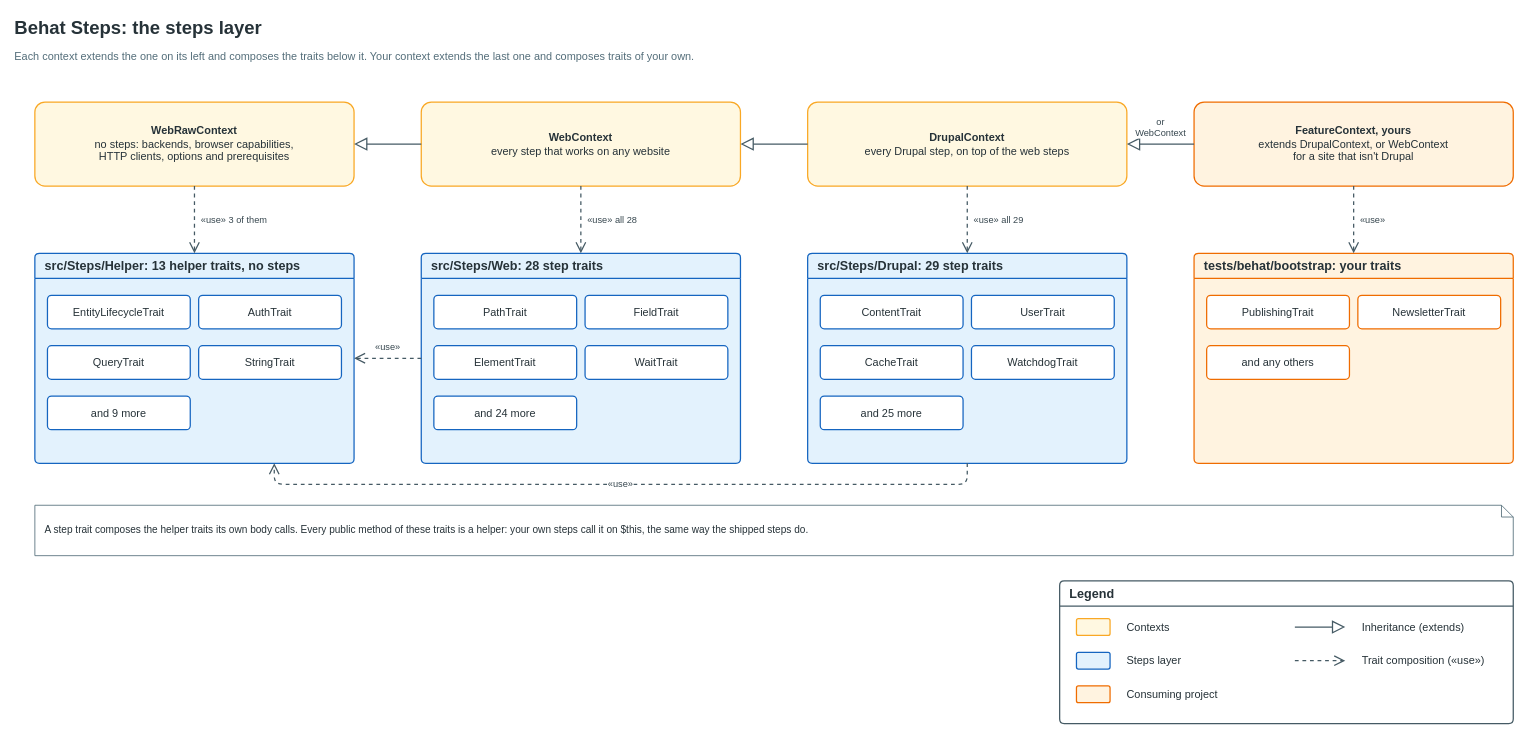
This is docs/content/architecture/steps-layer.drawio from drevops/behat-steps, a draw.io file, before an edit. Source tidied: cells renumbered, new cells numbered last; positions are measured from the earlier drawing's top-left corner, leaving out a move shared by most shapes. Both pictures are drawn from the tidied source at 84%, with x=0, y=0 at pixel (14, 14).
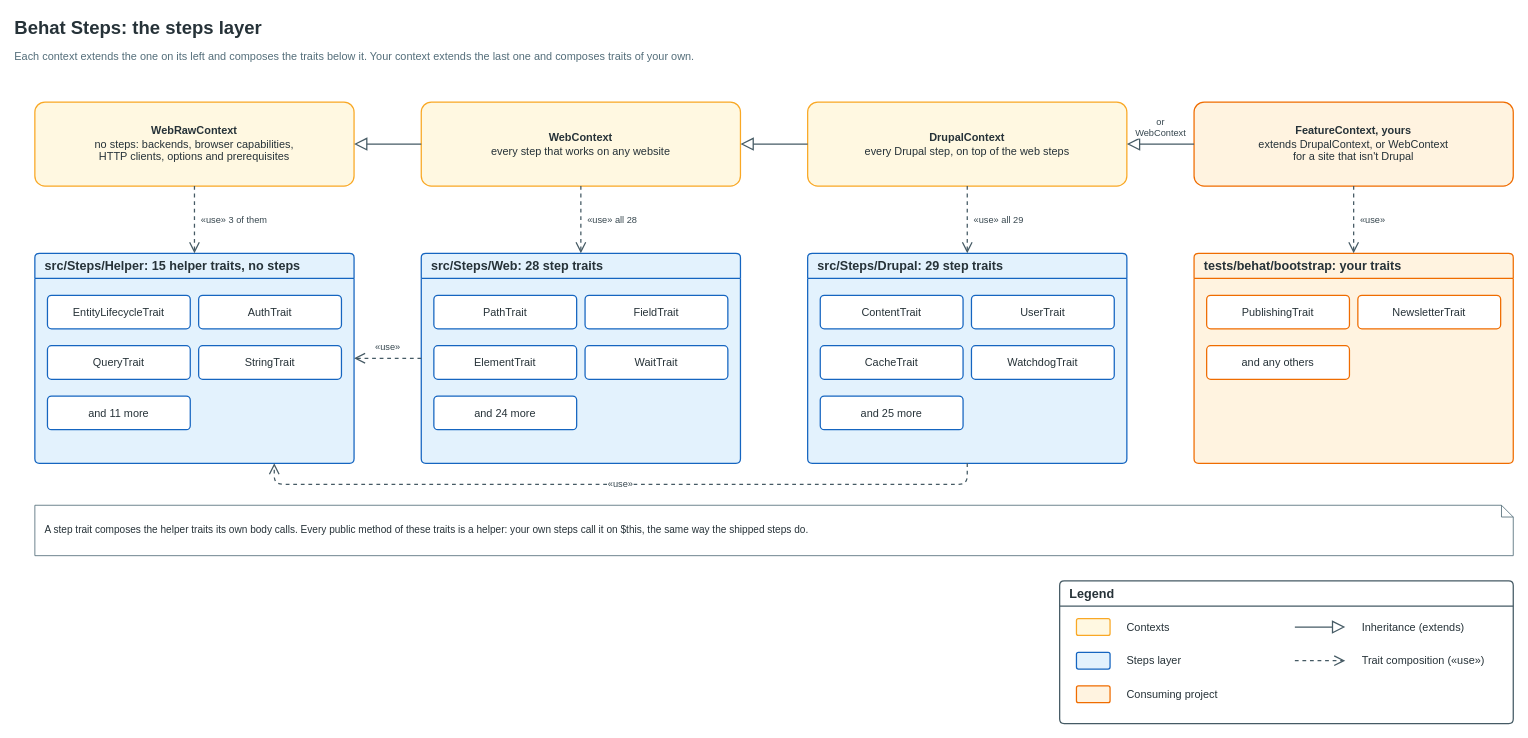
Above is the later version.

Change to the diagram source:
```diff
@@
-    <mxCell id="8" value="src/Steps/Helper: 13 helper traits, no steps" style="swimlane;startSize=30;rounded=1;arcSize=6;html=1;whiteSpace=wrap;fontFamily=Helvetica;fontSize=15;fontStyle=1;fontColor=#263238;align=left;spacingLeft=10;fillColor=#E3F2FD;swimlaneFillColor=#E3F2FD;strokeColor=#1565C0;strokeWidth=1.5;" parent="1" vertex="1">
+    <mxCell id="8" value="src/Steps/Helper: 15 helper traits, no steps" style="swimlane;startSize=30;rounded=1;arcSize=6;html=1;whiteSpace=wrap;fontFamily=Helvetica;fontSize=15;fontStyle=1;fontColor=#263238;align=left;spacingLeft=10;fillColor=#E3F2FD;swimlaneFillColor=#E3F2FD;strokeColor=#1565C0;strokeWidth=1.5;" parent="1" vertex="1">
       <mxGeometry x="24" y="284" width="380" height="250" as="geometry" />
     </mxCell>
@@
-    <mxCell id="13" value="and 9 more" style="rounded=1;arcSize=12;whiteSpace=wrap;html=1;strokeWidth=1.5;fontFamily=Helvetica;fontSize=13;fontColor=#263238;spacing=8;fillColor=#FFFFFF;strokeColor=#1565C0;" parent="8" vertex="1">
+    <mxCell id="13" value="and 11 more" style="rounded=1;arcSize=12;whiteSpace=wrap;html=1;strokeWidth=1.5;fontFamily=Helvetica;fontSize=13;fontColor=#263238;spacing=8;fillColor=#FFFFFF;strokeColor=#1565C0;" parent="8" vertex="1">
       <mxGeometry x="15" y="170" width="170" height="40" as="geometry" />
     </mxCell>
```
